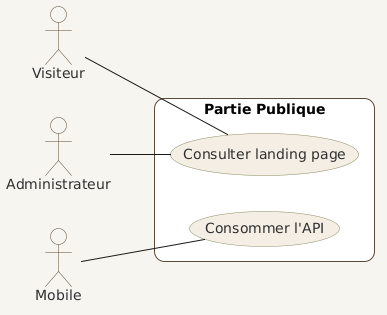
This is Rapport/images/cas_utilisation_globale_partie_public.png from yasmineh-d/SmartDress, a PlantUML export, as it was before one commit. Its diagram source:
```plantuml
@startuml
left to right direction

skinparam backgroundColor #F7F5F0
skinparam packageStyle rectangle
skinparam shadowing false


skinparam actor {
    BorderColor #5C4A35
    FontColor #2F2F2F
}
skinparam usecase {
    BackgroundColor #F5EEE4
    BorderColor #889063
    FontColor #2F2F2F
}

skinparam rectangle {
    BackgroundColor #FFFFFF
    BorderColor #5C4A35
    FontColor #000000
    RoundCorner 20
}

actor Visiteur
actor Administrateur
actor Mobile

rectangle "Partie Publique" {

usecase "Consulter landing page" as UC1
usecase "Consommer l'API" as UC2

}

Visiteur -- UC1
Administrateur -- UC1
Mobile -- UC2
@enduml
```
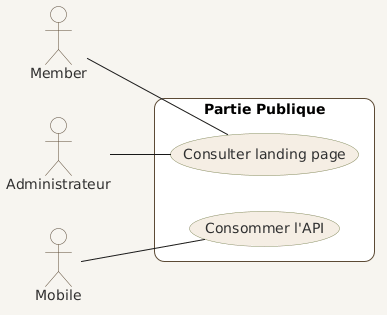
The same file after the commit.

Change to the diagram source:
```diff
@@ -23,7 +23,7 @@
     RoundCorner 20
 }
 
-actor Visiteur
+actor Member
 actor Administrateur
 actor Mobile
 
@@ -34,7 +34,7 @@
 
 }
 
-Visiteur -- UC1
+Member -- UC1
 Administrateur -- UC1
 Mobile -- UC2
 @enduml
```
